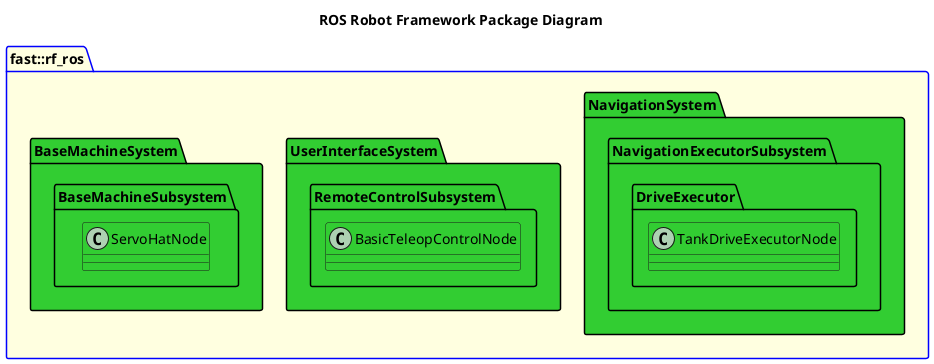
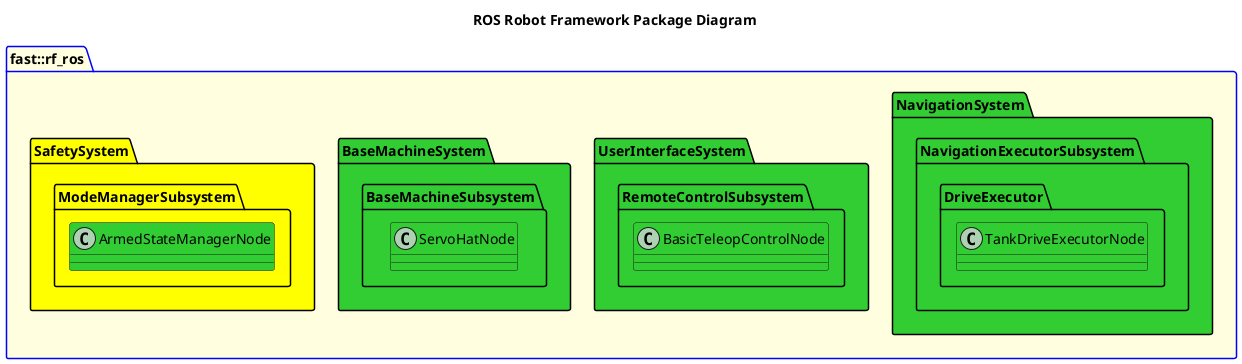
@startuml
title ROS Robot Framework Package Diagram
package fast::rf_ros #LightYellow;line:blue {
    namespace NavigationSystem #LimeGreen {
        namespace NavigationExecutorSubsystem #LimeGreen {
            namespace DriveExecutor #LimeGreen {
                 class TankDriveExecutorNode #LimeGreen {}
            }
        }
    }
    namespace UserInterfaceSystem #LimeGreen {
        namespace RemoteControlSubsystem #LimeGreen  {
            class BasicTeleopControlNode #LimeGreen {}
        }
    }
    namespace BaseMachineSystem #LimeGreen {
        namespace BaseMachineSubsystem #LimeGreen {
            class ServoHatNode #LimeGreen
        }
    }
+ 
+     namespace SafetySystem #Yellow {
+         namespace ModeManagerSubsystem #Yellow {
+             class ArmedStateManagerNode #LimeGreen {
+ 
+             }
+         }
+     }
}
@enduml